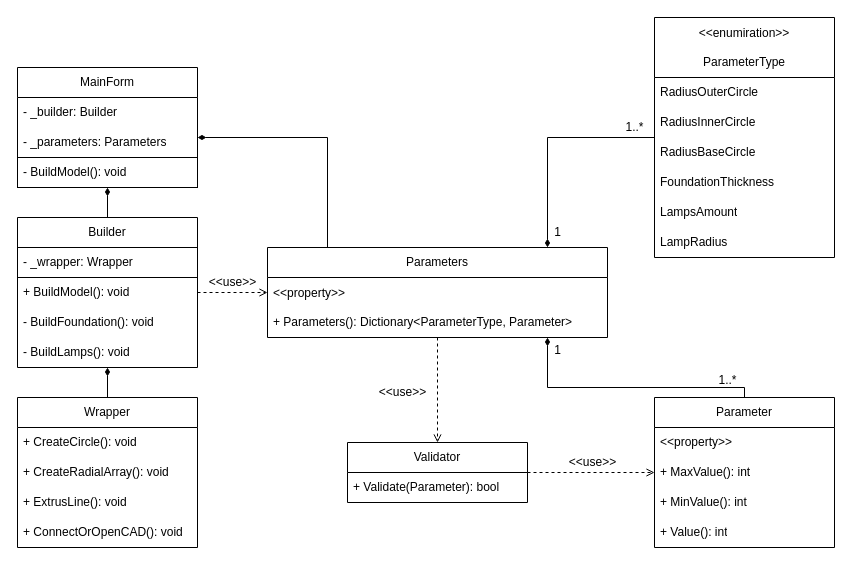
Above: docs/Class diagramm.drawio in Lockerio/Compass-3D_Plugin (draw.io), before the change. Source tidied: cells renumbered, new cells numbered last; positions are measured from the earlier drawing's top-left corner, leaving out a move shared by most shapes. Both pictures are drawn from the tidied source at 100%, with x=0, y=0 at pixel (17, 17).
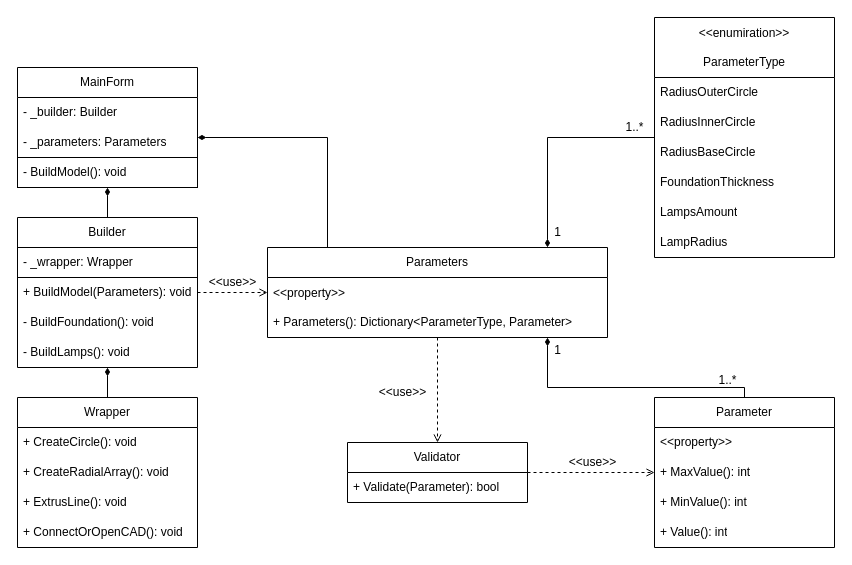
The same page after the edit.

Commit message (it also covers changes not shown here):
Fix system design doc

Unchanged cells that the change refers to:
```xml
<mxCell id="8" value="Builder" style="swimlane;fontStyle=0;horizontal=1;startSize=30;whiteSpace=wrap;html=1;" parent="1" vertex="1">
  <mxGeometry y="200" width="180" height="150" as="geometry" />
</mxCell>
```

What changed in the source:
```diff
@@
-    <mxCell id="10" value="+ BuildModel(): void" style="text;strokeColor=none;fillColor=none;align=left;verticalAlign=middle;spacingLeft=4;spacingRight=4;overflow=hidden;whiteSpace=wrap;html=1;" parent="8" vertex="1">
+    <mxCell id="10" value="+ BuildModel(Parameters): void" style="text;strokeColor=none;fillColor=none;align=left;verticalAlign=middle;spacingLeft=4;spacingRight=4;overflow=hidden;whiteSpace=wrap;html=1;" parent="8" vertex="1">
       <mxGeometry y="60" width="180" height="30" as="geometry" />
     </mxCell>
```
